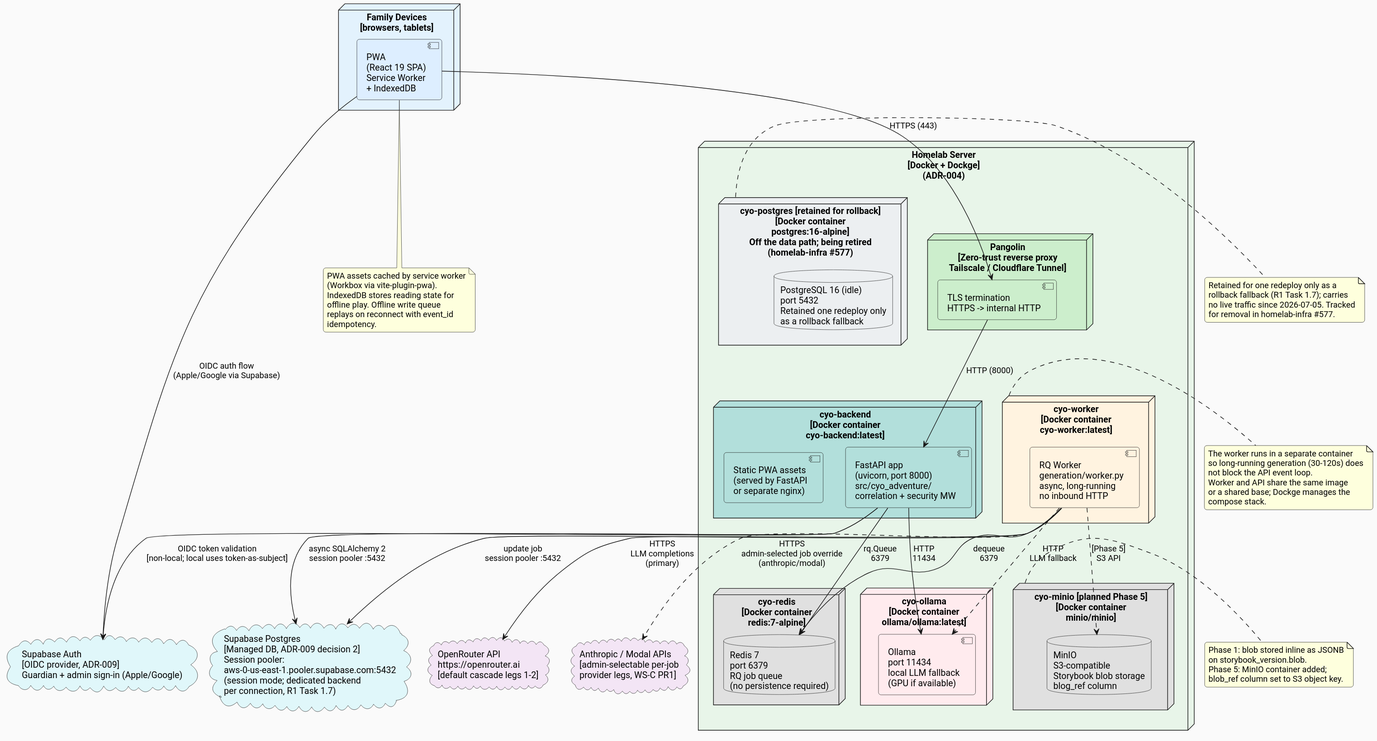
Before: docs/architecture/diagrams/deployment.svg, a diagram exported from PlantUML (ByronWilliamsCPA/cyo-adventure).
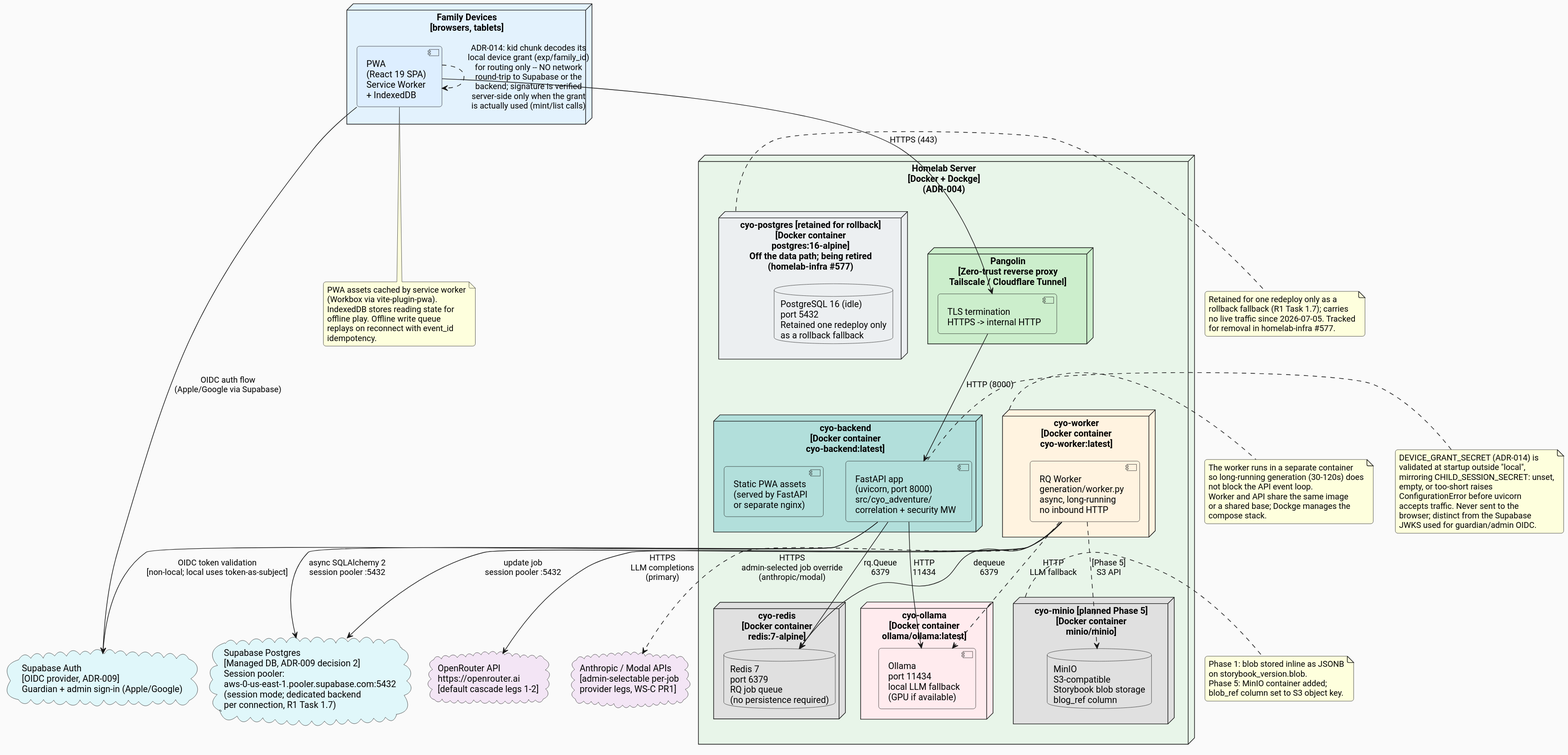
The same diagram one commit later.

Change to the diagram source:
```diff
@@ -59,6 +59,7 @@
 rq_worker ..> minio_db : "[Phase 5]\nS3 API"
 pwa_client --> supabase_cloud : "OIDC auth flow\n(Apple/Google via Supabase)"
 fastapi_app --> supabase_cloud : "OIDC token validation\n[non-local; local uses token-as-subject]"
+pwa_client ..> pwa_client : "ADR-014: kid chunk decodes its\nlocal device grant (exp/family_id)\nfor routing only -- NO network\nround-trip to Supabase or the\nbackend; signature is verified\nserver-side only when the grant\nis actually used (mint/list calls)"
 
 note right of postgres_container
   Retained for one redeploy only as a
@@ -91,4 +92,15 @@
   replays on reconnect with event_id
   idempotency.
 end note
+
+note left of fastapi_app
+  DEVICE_GRANT_SECRET (ADR-014) is
+  validated at startup outside "local",
+  mirroring CHILD_SESSION_SECRET: unset,
+  empty, or too-short raises
+  ConfigurationError before uvicorn
+  accepts traffic. Never sent to the
+  browser; distinct from the Supabase
+  JWKS used for guardian/admin OIDC.
+end note
 @enduml
```
